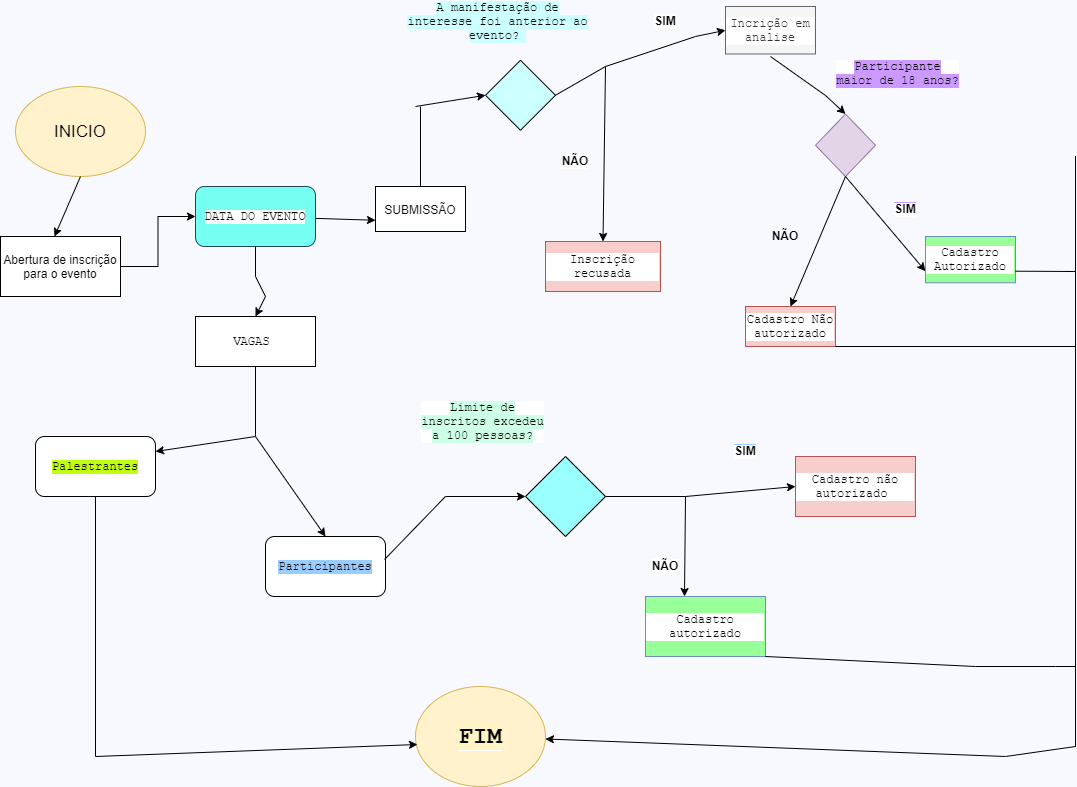
Earlier version of the draw.io export Fluxograma evento.drawio.png (estranhoger/repoeventos). Source tidied: cells renumbered, new cells last; positions are measured from the earlier drawing's top-left corner, leaving out a move shared by most shapes.
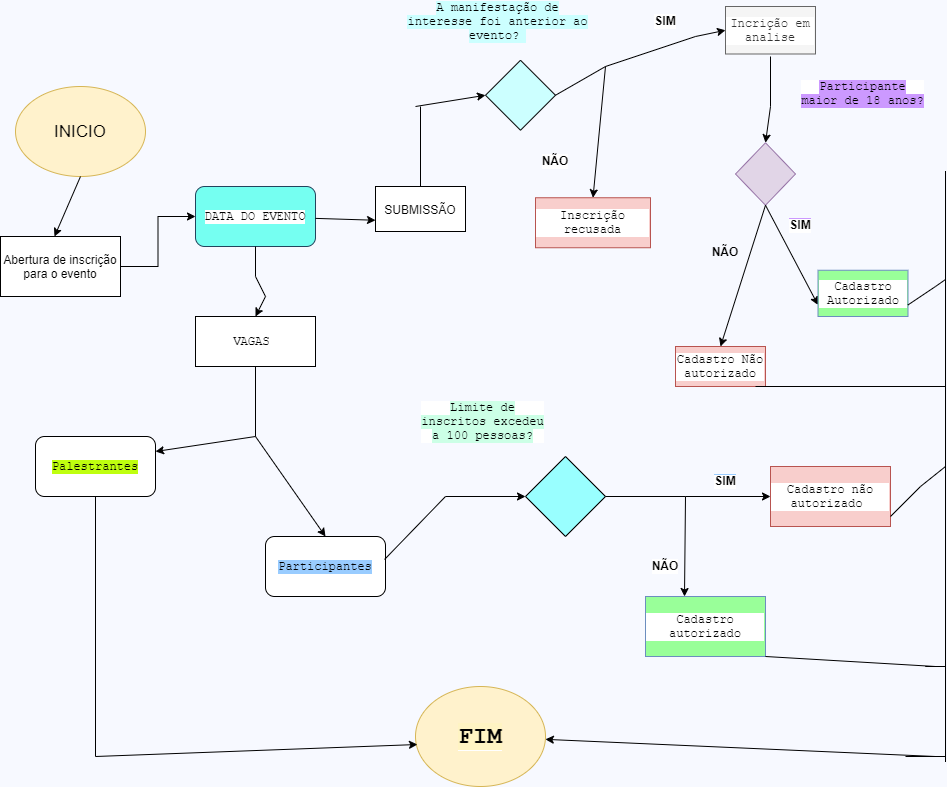
Later version of the same file.

What changed in the source:
```diff
@@ -63,36 +63,36 @@
       <mxGeometry relative="1" as="geometry">
         <mxPoint x="770" y="50" as="sourcePoint" />
         <Array as="points">
-          <mxPoint x="825" y="89" />
+          <mxPoint x="770" y="100" />
         </Array>
       </mxGeometry>
     </mxCell>
     <mxCell id="17" value="&lt;span style=&quot;background-color: rgb(204 , 153 , 255)&quot;&gt;Participante maior de 18 anos?&lt;/span&gt;" style="text;html=1;strokeColor=none;fillColor=none;align=center;verticalAlign=middle;whiteSpace=wrap;rounded=0;labelBackgroundColor=#FFFFFF;fontFamily=Courier New;fontColor=#000000;" parent="1" vertex="1">
-      <mxGeometry x="835" y="30" width="125" height="73.8" as="geometry" />
+      <mxGeometry x="800" y="50" width="125" height="73.8" as="geometry" />
     </mxCell>
     <mxCell id="18" style="rhombus;whiteSpace=wrap;html=1;labelBackgroundColor=#CC99FF;fontFamily=Courier New;fillColor=#e1d5e7;align=center;strokeColor=#9673a6;" parent="1" vertex="1">
-      <mxGeometry x="815" y="107.5" width="60" height="62.5" as="geometry" />
+      <mxGeometry x="735" y="136.2" width="60" height="62.5" as="geometry" />
     </mxCell>
     <mxCell id="19" style="endArrow=classic;html=1;rounded=0;fontFamily=Courier New;fontColor=#000000;entryX=0;entryY=0.75;entryDx=0;entryDy=0;exitX=0.5;exitY=1;exitDx=0;exitDy=0;" parent="1" edge="1" source="18" target="21">
       <mxGeometry relative="1" as="geometry" />
     </mxCell>
     <mxCell id="20" value="&lt;span style=&quot;background-color: rgb(255 , 255 , 255)&quot;&gt;&lt;b&gt;&lt;font face=&quot;Helvetica&quot;&gt;SIM&lt;/font&gt;&lt;/b&gt;&lt;/span&gt;" style="text;html=1;strokeColor=none;fillColor=none;align=center;verticalAlign=middle;whiteSpace=wrap;rounded=0;labelBackgroundColor=#CC99FF;fontFamily=Courier New;fontColor=#000000;" parent="1" vertex="1">
-      <mxGeometry x="875" y="191.2" width="60" height="22.5" as="geometry" />
+      <mxGeometry x="770" y="207.5" width="60" height="22.5" as="geometry" />
     </mxCell>
     <mxCell id="21" value="Cadastro Autorizado" style="rounded=0;whiteSpace=wrap;html=1;labelBackgroundColor=#FFFFFF;fontFamily=Courier New;fillColor=#99FF99;align=center;strokeColor=#6c8ebf;" parent="1" vertex="1">
-      <mxGeometry x="925" y="230" width="90" height="46.2" as="geometry" />
+      <mxGeometry x="817.5" y="263.8" width="90" height="46.2" as="geometry" />
     </mxCell>
     <mxCell id="22" style="endArrow=classic;html=1;rounded=0;fontFamily=Courier New;fontColor=#000000;exitX=0.5;exitY=1;exitDx=0;exitDy=0;entryX=0.5;entryY=0;entryDx=0;entryDy=0;" parent="1" edge="1" source="18" target="23">
       <mxGeometry relative="1" as="geometry" />
     </mxCell>
     <mxCell id="23" value="Cadastro Não autorizado" style="rounded=0;whiteSpace=wrap;html=1;labelBackgroundColor=#FFFFFF;fontFamily=Courier New;fillColor=#f8cecc;align=center;strokeColor=#b85450;" parent="1" vertex="1">
-      <mxGeometry x="745" y="300" width="90" height="40" as="geometry" />
+      <mxGeometry x="675" y="340" width="90" height="40" as="geometry" />
     </mxCell>
     <mxCell id="24" value="&lt;b&gt;&lt;font face=&quot;Helvetica&quot;&gt;NÃO&lt;/font&gt;&lt;/b&gt;" style="text;html=1;strokeColor=none;fillColor=none;align=center;verticalAlign=middle;whiteSpace=wrap;rounded=0;labelBackgroundColor=#FFFFFF;fontFamily=Courier New;fontColor=#000000;" parent="1" vertex="1">
-      <mxGeometry x="545" y="140" width="60" height="30" as="geometry" />
+      <mxGeometry x="525" y="140" width="60" height="30" as="geometry" />
     </mxCell>
     <mxCell id="25" value="Inscrição recusada" style="rounded=0;whiteSpace=wrap;html=1;labelBackgroundColor=#FFFFFF;fontFamily=Courier New;fillColor=#f8cecc;align=center;strokeColor=#b85450;" parent="1" vertex="1">
-      <mxGeometry x="545" y="235" width="115" height="50" as="geometry" />
+      <mxGeometry x="535" y="191.2" width="115" height="50" as="geometry" />
     </mxCell>
     <mxCell id="26" style="endArrow=classic;html=1;rounded=0;fontFamily=Courier New;fontColor=#000000;entryX=0.5;entryY=0;entryDx=0;entryDy=0;" parent="1" edge="1" target="25">
       <mxGeometry relative="1" as="geometry">
@@ -156,10 +156,10 @@
       </mxGeometry>
     </mxCell>
     <mxCell id="39" value="&lt;span style=&quot;background-color: rgb(255 , 255 , 255)&quot;&gt;&lt;b&gt;&lt;font face=&quot;Helvetica&quot;&gt;SIM&lt;/font&gt;&lt;/b&gt;&lt;/span&gt;" style="text;html=1;strokeColor=none;fillColor=none;align=center;verticalAlign=middle;whiteSpace=wrap;rounded=0;labelBackgroundColor=#99CCFF;fontFamily=Courier New;fontColor=#000000;" parent="1" vertex="1">
-      <mxGeometry x="715" y="430" width="60" height="30" as="geometry" />
+      <mxGeometry x="695" y="460" width="60" height="30" as="geometry" />
     </mxCell>
     <mxCell id="40" value="Cadastro não autorizado&amp;nbsp;" style="rounded=0;whiteSpace=wrap;html=1;labelBackgroundColor=#FFFFFF;fontFamily=Courier New;fillColor=#f8cecc;align=center;strokeColor=#b85450;" parent="1" vertex="1">
-      <mxGeometry x="795" y="450" width="120" height="60" as="geometry" />
+      <mxGeometry x="770" y="460" width="120" height="60" as="geometry" />
     </mxCell>
     <mxCell id="41" style="endArrow=classic;html=1;rounded=0;fontFamily=Courier New;fontColor=#000000;entryX=0.325;entryY=0;entryDx=0;entryDy=0;entryPerimeter=0;" parent="1" edge="1" target="42">
       <mxGeometry relative="1" as="geometry">
@@ -174,31 +174,31 @@
     </mxCell>
     <mxCell id="44" style="endArrow=none;html=1;rounded=0;fontFamily=Courier New;fontColor=#000000;exitX=1;exitY=0.75;exitDx=0;exitDy=0;" parent="1" edge="1" source="21">
       <mxGeometry relative="1" as="geometry">
-        <mxPoint x="1065" y="265" as="targetPoint" />
+        <mxPoint x="945" y="273" as="targetPoint" />
         <Array as="points">
-          <mxPoint x="1075" y="265" />
+          <mxPoint x="935" y="280" />
         </Array>
       </mxGeometry>
     </mxCell>
     <mxCell id="45" style="endArrow=none;html=1;rounded=0;fontFamily=Courier New;fontColor=#000000;" parent="1" edge="1">
       <mxGeometry relative="1" as="geometry">
-        <mxPoint x="1075" y="740.5" as="sourcePoint" />
-        <mxPoint x="1075" y="149.5" as="targetPoint" />
+        <mxPoint x="945" y="755.5" as="sourcePoint" />
+        <mxPoint x="945" y="164.5" as="targetPoint" />
       </mxGeometry>
     </mxCell>
     <mxCell id="46" style="endArrow=none;html=1;rounded=0;fontFamily=Courier New;fontColor=#000000;exitX=1;exitY=1;exitDx=0;exitDy=0;" parent="1" edge="1" source="42">
       <mxGeometry relative="1" as="geometry">
-        <mxPoint x="1075" y="660" as="targetPoint" />
+        <mxPoint x="945" y="660" as="targetPoint" />
         <Array as="points">
-          <mxPoint x="975" y="660" />
-          <mxPoint x="1055" y="660" />
+          <mxPoint x="935" y="660" />
+          <mxPoint x="925" y="660" />
         </Array>
       </mxGeometry>
     </mxCell>
     <mxCell id="47" style="endArrow=none;html=1;rounded=0;fontFamily=Courier New;fontColor=#000000;" parent="1" edge="1">
       <mxGeometry relative="1" as="geometry">
-        <mxPoint x="1005" y="750" as="sourcePoint" />
-        <mxPoint x="1075" y="740" as="targetPoint" />
+        <mxPoint x="945" y="750" as="sourcePoint" />
+        <mxPoint x="905" y="750" as="targetPoint" />
       </mxGeometry>
     </mxCell>
     <mxCell id="48" value="&lt;font style=&quot;font-size: 24px&quot;&gt;&lt;b style=&quot;background-color: rgb(255 , 244 , 195)&quot;&gt;FIM&lt;/b&gt;&lt;/font&gt;" style="ellipse;whiteSpace=wrap;html=1;labelBackgroundColor=#FFFFFF;fontFamily=Courier New;fillColor=#fff2cc;align=center;strokeColor=#d6b656;" parent="1" vertex="1">
@@ -206,7 +206,7 @@
     </mxCell>
     <mxCell id="49" style="endArrow=classic;html=1;rounded=0;fontFamily=Courier New;fontColor=#000000;" parent="1" edge="1" target="48">
       <mxGeometry relative="1" as="geometry">
-        <mxPoint x="1005" y="750" as="sourcePoint" />
+        <mxPoint x="935" y="750" as="sourcePoint" />
       </mxGeometry>
     </mxCell>
     <mxCell id="50" style="endArrow=classic;html=1;rounded=0;fontFamily=Courier New;fontColor=#000000;exitX=0.5;exitY=1;exitDx=0;exitDy=0;entryX=0.015;entryY=0.58;entryDx=0;entryDy=0;entryPerimeter=0;" parent="1" edge="1" source="31" target="48">
@@ -223,13 +223,22 @@
       <mxGeometry relative="1" as="geometry" />
     </mxCell>
     <mxCell id="53" value="&lt;b&gt;NÃO&lt;/b&gt;" style="text;html=1;strokeColor=none;fillColor=none;align=center;verticalAlign=middle;whiteSpace=wrap;rounded=0;" parent="1" vertex="1">
-      <mxGeometry x="755" y="213.8" width="60" height="30" as="geometry" />
+      <mxGeometry x="695" y="230" width="60" height="30" as="geometry" />
     </mxCell>
     <mxCell id="54" style="endArrow=none;html=1;rounded=0;fontFamily=Helvetica;" parent="1" edge="1">
       <mxGeometry relative="1" as="geometry">
-        <mxPoint x="835" y="340" as="sourcePoint" />
-        <mxPoint x="1075" y="340" as="targetPoint" />
+        <mxPoint x="755" y="380" as="sourcePoint" />
+        <mxPoint x="945" y="380" as="targetPoint" />
       </mxGeometry>
     </mxCell>
+    <mxCell id="55" style="endArrow=none;html=1;rounded=0;fontFamily=Helvetica;" parent="1" edge="1">
+      <mxGeometry relative="1" as="geometry">
+        <mxPoint x="890" y="510" as="sourcePoint" />
+        <mxPoint x="945" y="460" as="targetPoint" />
+        <Array as="points">
+          <mxPoint x="920" y="480" />
+        </Array>
+      </mxGeometry>
+    </mxCell>
   </root>
 </mxGraphModel>
```
